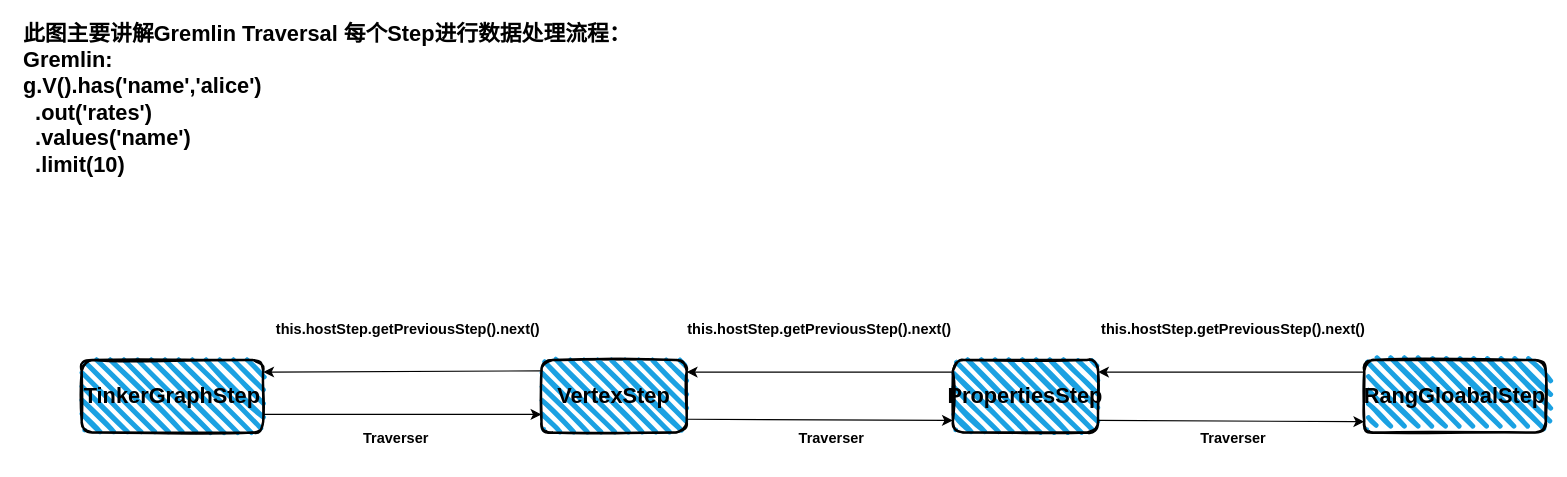
JackyYangPassion/DrawSketch keeps this draw.io diagram as TinkerPopTraversal.drawio. Above is the earlier version. Source tidied: cells renumbered, new cells numbered last; positions are measured from the earlier drawing's top-left corner, leaving out a move shared by most shapes. Both pictures are drawn from the tidied source at 121%, with x=0, y=0 at pixel (21, 21).
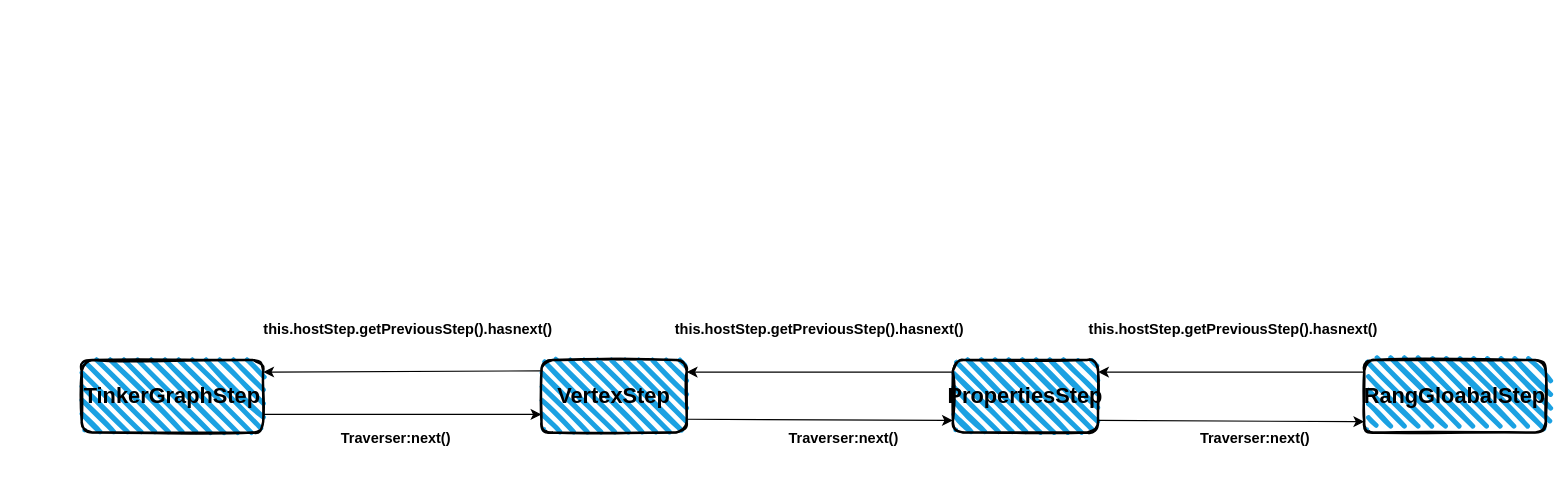
After the change.

Diff of the diagram source:
```diff
@@
-    <mxCell id="10" value="&lt;b&gt;this.hostStep.getPreviousStep().next()&lt;/b&gt;" style="text;html=1;strokeColor=none;fillColor=none;align=center;verticalAlign=middle;whiteSpace=wrap;rounded=0;" parent="1" vertex="1">
+    <mxCell id="10" value="&lt;b&gt;this.hostStep.getPreviousStep().hasnext()&lt;/b&gt;" style="text;html=1;strokeColor=none;fillColor=none;align=center;verticalAlign=middle;whiteSpace=wrap;rounded=0;" parent="1" vertex="1">
       <mxGeometry x="972" y="240" width="60" height="30" as="geometry" />
     </mxCell>
@@
-    <mxCell id="17" value="&lt;b&gt;this.hostStep.getPreviousStep().next()&lt;/b&gt;" style="text;html=1;strokeColor=none;fillColor=none;align=center;verticalAlign=middle;whiteSpace=wrap;rounded=0;" parent="1" vertex="1">
+    <mxCell id="17" value="&lt;b&gt;this.hostStep.getPreviousStep().hasnext()&lt;/b&gt;" style="text;html=1;strokeColor=none;fillColor=none;align=center;verticalAlign=middle;whiteSpace=wrap;rounded=0;" parent="1" vertex="1">
       <mxGeometry x="630" y="240" width="60" height="30" as="geometry" />
     </mxCell>
-    <mxCell id="18" value="&lt;b&gt;this.hostStep.getPreviousStep().next()&lt;/b&gt;" style="text;html=1;strokeColor=none;fillColor=none;align=center;verticalAlign=middle;whiteSpace=wrap;rounded=0;" parent="1" vertex="1">
+    <mxCell id="18" value="&lt;b&gt;this.hostStep.getPreviousStep().hasnext()&lt;/b&gt;" style="text;html=1;strokeColor=none;fillColor=none;align=center;verticalAlign=middle;whiteSpace=wrap;rounded=0;" parent="1" vertex="1">
       <mxGeometry x="290" y="240" width="60" height="30" as="geometry" />
     </mxCell>
-    <mxCell id="19" value="&lt;b&gt;Traverser&lt;/b&gt;" style="text;html=1;strokeColor=none;fillColor=none;align=center;verticalAlign=middle;whiteSpace=wrap;rounded=0;" parent="1" vertex="1">
+    <mxCell id="19" value="&lt;b&gt;Traverser:next()&lt;/b&gt;" style="text;html=1;strokeColor=none;fillColor=none;align=center;verticalAlign=middle;whiteSpace=wrap;rounded=0;" parent="1" vertex="1">
       <mxGeometry x="280" y="330" width="60" height="30" as="geometry" />
     </mxCell>
-    <mxCell id="20" value="&lt;b&gt;Traverser&lt;/b&gt;" style="text;html=1;strokeColor=none;fillColor=none;align=center;verticalAlign=middle;whiteSpace=wrap;rounded=0;" parent="1" vertex="1">
-      <mxGeometry x="972" y="330" width="60" height="30" as="geometry" />
-    </mxCell>
-    <mxCell id="21" value="&lt;b&gt;Traverser&lt;/b&gt;" style="text;html=1;strokeColor=none;fillColor=none;align=center;verticalAlign=middle;whiteSpace=wrap;rounded=0;" parent="1" vertex="1">
-      <mxGeometry x="640" y="330" width="60" height="30" as="geometry" />
-    </mxCell>
-    <mxCell id="22" value="&lt;b&gt;&lt;font style=&quot;font-size: 18px;&quot;&gt;此图主要讲解Gremlin Traversal 每个Step进行数据处理流程：&lt;br&gt;Gremlin:&lt;br&gt;g.V().has('name','alice')&lt;br&gt;&amp;nbsp; .out('rates')&lt;br&gt;&amp;nbsp; .values('name')&lt;br&gt;&amp;nbsp; .limit(10)&lt;/font&gt;&lt;/b&gt;" style="text;html=1;strokeColor=none;fillColor=none;align=left;verticalAlign=middle;whiteSpace=wrap;rounded=0;" parent="1" vertex="1">
-      <mxGeometry width="590" height="130" as="geometry" />
-    </mxCell>
+    <mxCell id="23" value="&lt;b&gt;Traverser:next()&lt;/b&gt;" style="text;html=1;strokeColor=none;fillColor=none;align=center;verticalAlign=middle;whiteSpace=wrap;rounded=0;" parent="1" vertex="1">
+      <mxGeometry x="650" y="330" width="60" height="30" as="geometry" />
+    </mxCell>
+    <mxCell id="24" value="&lt;b&gt;Traverser:next()&lt;/b&gt;" style="text;html=1;strokeColor=none;fillColor=none;align=center;verticalAlign=middle;whiteSpace=wrap;rounded=0;" parent="1" vertex="1">
+      <mxGeometry x="990" y="330" width="60" height="30" as="geometry" />
+    </mxCell>
```
